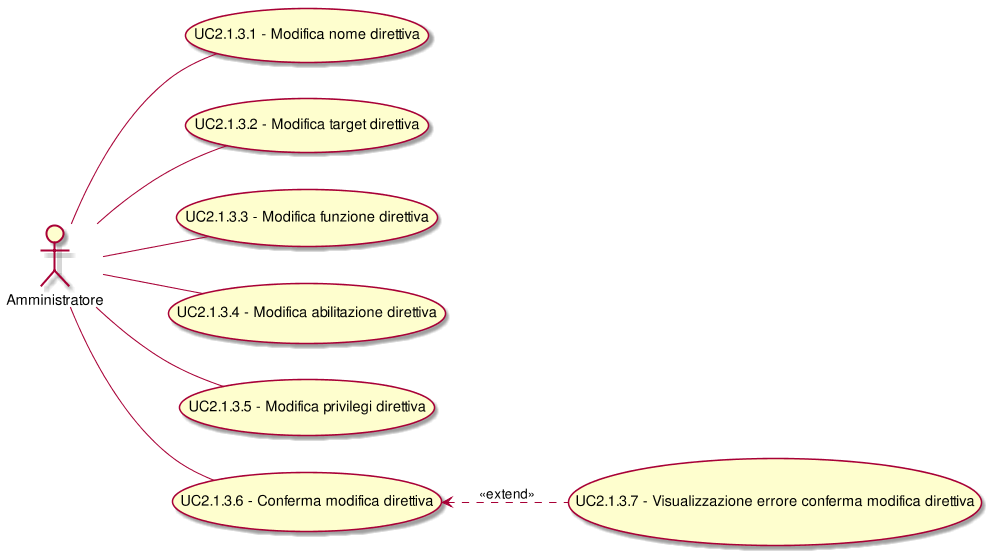
This is RR/Esterni/AnalisiDeiRequisiti/images/UseCaseUC213.png from CoCodeSWE/Docs, a PlantUML export, as it was before one commit.
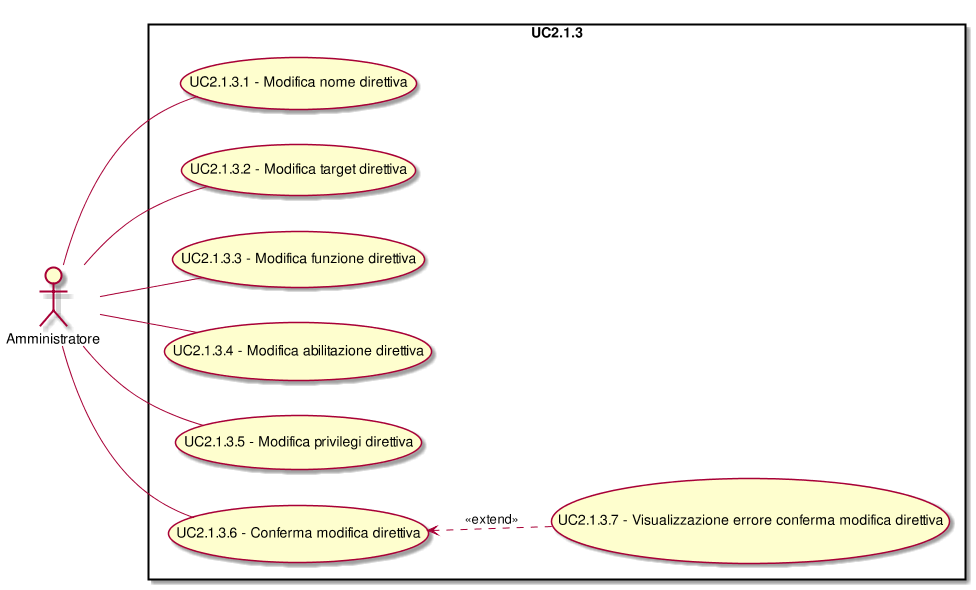
After the commit.

Diff of the diagram source:
```diff
@@ -1,6 +1,9 @@
 @startuml
 scale 1000*1000
 left to right direction
+skinparam packageStyle rect
+:Amministratore:
+rectangle UC2.1.3{
 (UC2.1.3.6) <.. (UC2.1.3.7): <<extend>>
 ( UC2.1.3.1 - Modifica nome direttiva ) as (UC2.1.3.1)
 :Amministratore:--(UC2.1.3.1)
@@ -15,4 +18,5 @@
 ( UC2.1.3.6 - Conferma modifica direttiva ) as (UC2.1.3.6)
 :Amministratore:--(UC2.1.3.6)
 ( UC2.1.3.7 - Visualizzazione errore conferma modifica direttiva ) as (UC2.1.3.7)
+}
 @enduml
```
